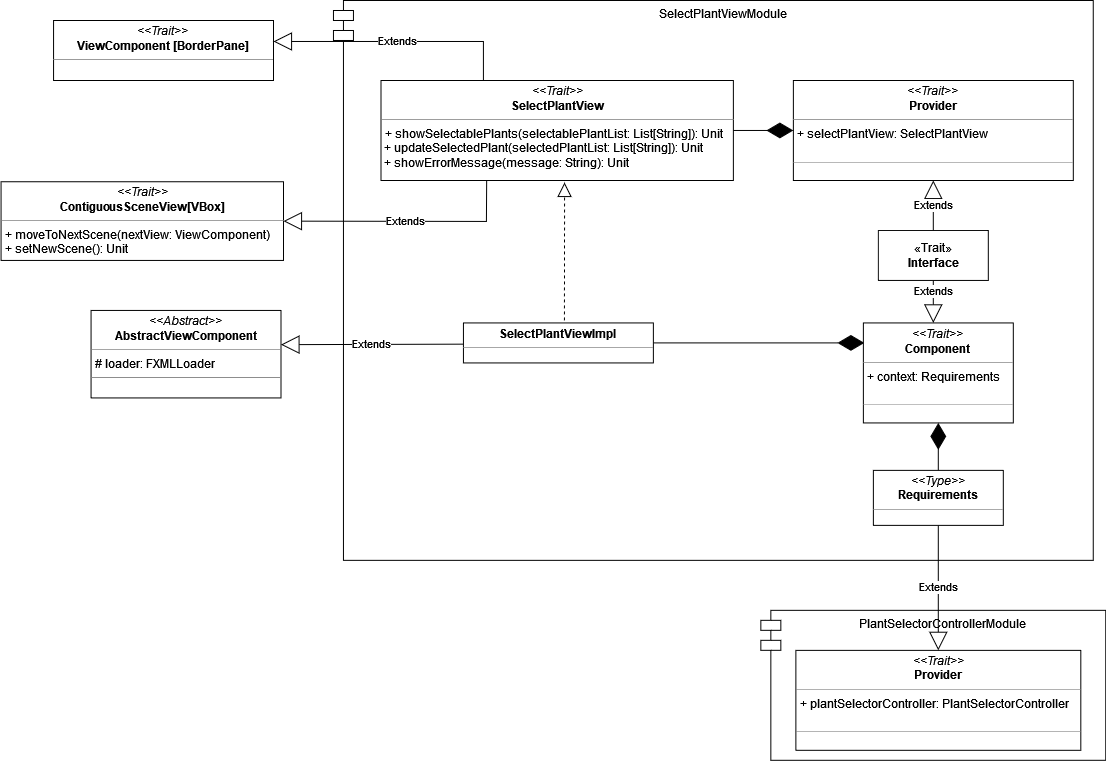
AnnaVitali/PPS-22-smartgh keeps this draw.io diagram as docs/img/select_plant_view.png. Above is the earlier version. Source tidied: cells renumbered, new cells last; positions are measured from the earlier drawing's top-left corner, leaving out a move shared by most shapes.
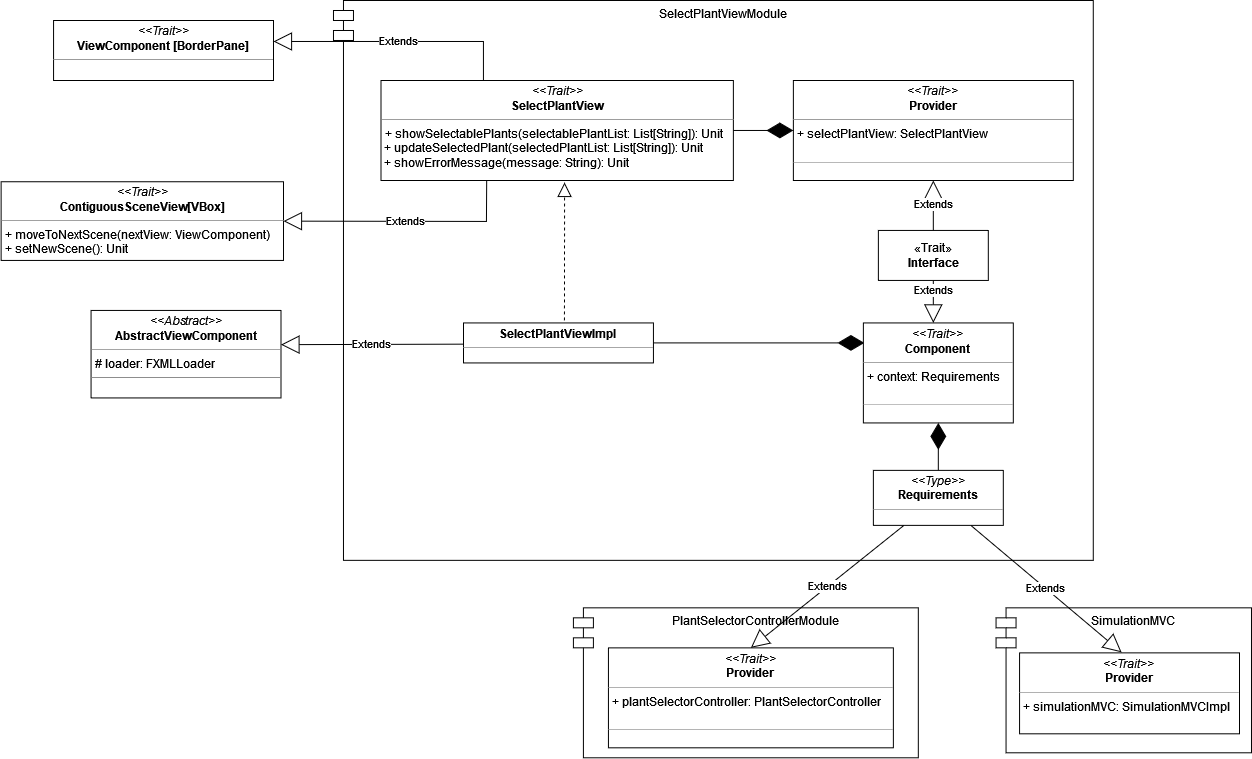
Above is the later version.

Diff of the diagram source:
```diff
@@ -3,7 +3,7 @@
     <mxCell id="0" />
     <mxCell id="1" parent="0" />
     <mxCell id="2" value="PlantSelectorControllerModule" style="shape=module;align=left;spacingLeft=20;align=center;verticalAlign=top;fillColor=none;" parent="1" vertex="1">
-      <mxGeometry x="759.5" y="610" width="345" height="150" as="geometry" />
+      <mxGeometry x="572" y="607.5" width="345" height="150" as="geometry" />
     </mxCell>
     <mxCell id="3" value="SelectPlantViewModule" style="shape=module;align=left;spacingLeft=20;align=center;verticalAlign=top;fillColor=none;" parent="1" vertex="1">
       <mxGeometry x="332" width="760" height="560" as="geometry" />
@@ -44,12 +44,12 @@
       <mxGeometry x="862" y="322.5" width="150" height="100" as="geometry" />
     </mxCell>
     <mxCell id="15" value="&lt;p style=&quot;margin:0px;margin-top:4px;text-align:center;&quot;&gt;&lt;i&gt;&amp;lt;&amp;lt;Trait&amp;gt;&amp;gt;&lt;/i&gt;&lt;br&gt;&lt;b&gt;Provider&lt;/b&gt;&lt;br&gt;&lt;/p&gt;&lt;hr size=&quot;1&quot;&gt;&lt;p style=&quot;margin:0px;margin-left:4px;&quot;&gt;+ plantSelectorController: PlantSelectorController&lt;br&gt;&lt;br&gt;&lt;/p&gt;&lt;hr size=&quot;1&quot;&gt;" style="verticalAlign=top;align=left;overflow=fill;fontSize=12;fontFamily=Helvetica;html=1;fillColor=default;" parent="1" vertex="1">
-      <mxGeometry x="794.5" y="650" width="285" height="100" as="geometry" />
+      <mxGeometry x="607" y="647.5" width="285" height="100" as="geometry" />
     </mxCell>
     <mxCell id="16" style="endArrow=diamondThin;endFill=1;endSize=24;html=1;rounded=0;exitX=0.5;exitY=0;exitDx=0;exitDy=0;" parent="1" edge="1" source="13" target="14">
       <mxGeometry relative="1" as="geometry" />
     </mxCell>
-    <mxCell id="17" value="Extends" style="endArrow=block;endSize=16;endFill=0;html=1;rounded=0;exitX=0.5;exitY=1;exitDx=0;exitDy=0;entryX=0.5;entryY=0;entryDx=0;entryDy=0;" parent="1" edge="1" source="13" target="15">
+    <mxCell id="17" value="Extends" style="endArrow=block;endSize=16;endFill=0;html=1;rounded=0;entryX=0.5;entryY=0;entryDx=0;entryDy=0;" parent="1" edge="1" source="13" target="15">
       <mxGeometry relative="1" as="geometry" />
     </mxCell>
     <mxCell id="18" value="&lt;p style=&quot;margin:0px;margin-top:4px;text-align:center;&quot;&gt;&lt;i&gt;&amp;lt;&amp;lt;Trait&amp;gt;&amp;gt;&lt;/i&gt;&lt;br&gt;&lt;b&gt;ContiguousSceneView[VBox]&lt;/b&gt;&lt;br&gt;&lt;/p&gt;&lt;hr size=&quot;1&quot;&gt;&lt;p style=&quot;margin:0px;margin-left:4px;&quot;&gt;+ moveToNextScene(nextView: ViewComponent)&lt;/p&gt;&lt;p style=&quot;margin:0px;margin-left:4px;&quot;&gt;+ setNewScene(): Unit&lt;br&gt;&lt;/p&gt;&lt;div&gt;&lt;br&gt;&lt;/div&gt;" style="verticalAlign=top;align=left;overflow=fill;fontSize=12;fontFamily=Helvetica;html=1;fillColor=default;" parent="1" vertex="1">
@@ -86,5 +86,14 @@
         </Array>
       </mxGeometry>
     </mxCell>
+    <mxCell id="24" value="SimulationMVC" style="shape=module;align=left;spacingLeft=20;align=center;verticalAlign=top;fillColor=none;" parent="1" vertex="1">
+      <mxGeometry x="994.8" y="607.5" width="255.5" height="145" as="geometry" />
+    </mxCell>
+    <mxCell id="25" value="&lt;p style=&quot;margin:0px;margin-top:4px;text-align:center;&quot;&gt;&lt;i&gt;&amp;lt;&amp;lt;Trait&amp;gt;&amp;gt;&lt;/i&gt;&lt;br&gt;&lt;b&gt;Provider&lt;/b&gt;&lt;br&gt;&lt;/p&gt;&lt;hr size=&quot;1&quot;&gt;&lt;p style=&quot;margin:0px;margin-left:4px;&quot;&gt;+ simulationMVC: SimulationMVCImpl&lt;br&gt;&lt;/p&gt;" style="verticalAlign=top;align=left;overflow=fill;fontSize=12;fontFamily=Helvetica;html=1;fillColor=default;" parent="1" vertex="1">
+      <mxGeometry x="1018.2" y="652.5" width="220" height="81" as="geometry" />
+    </mxCell>
+    <mxCell id="26" value="Extends" style="endArrow=block;endSize=16;endFill=0;html=1;rounded=0;exitX=0.75;exitY=1;exitDx=0;exitDy=0;entryX=0.464;entryY=-0.006;entryDx=0;entryDy=0;entryPerimeter=0;" parent="1" edge="1" source="13" target="25">
+      <mxGeometry relative="1" as="geometry" />
+    </mxCell>
   </root>
 </mxGraphModel>
```
